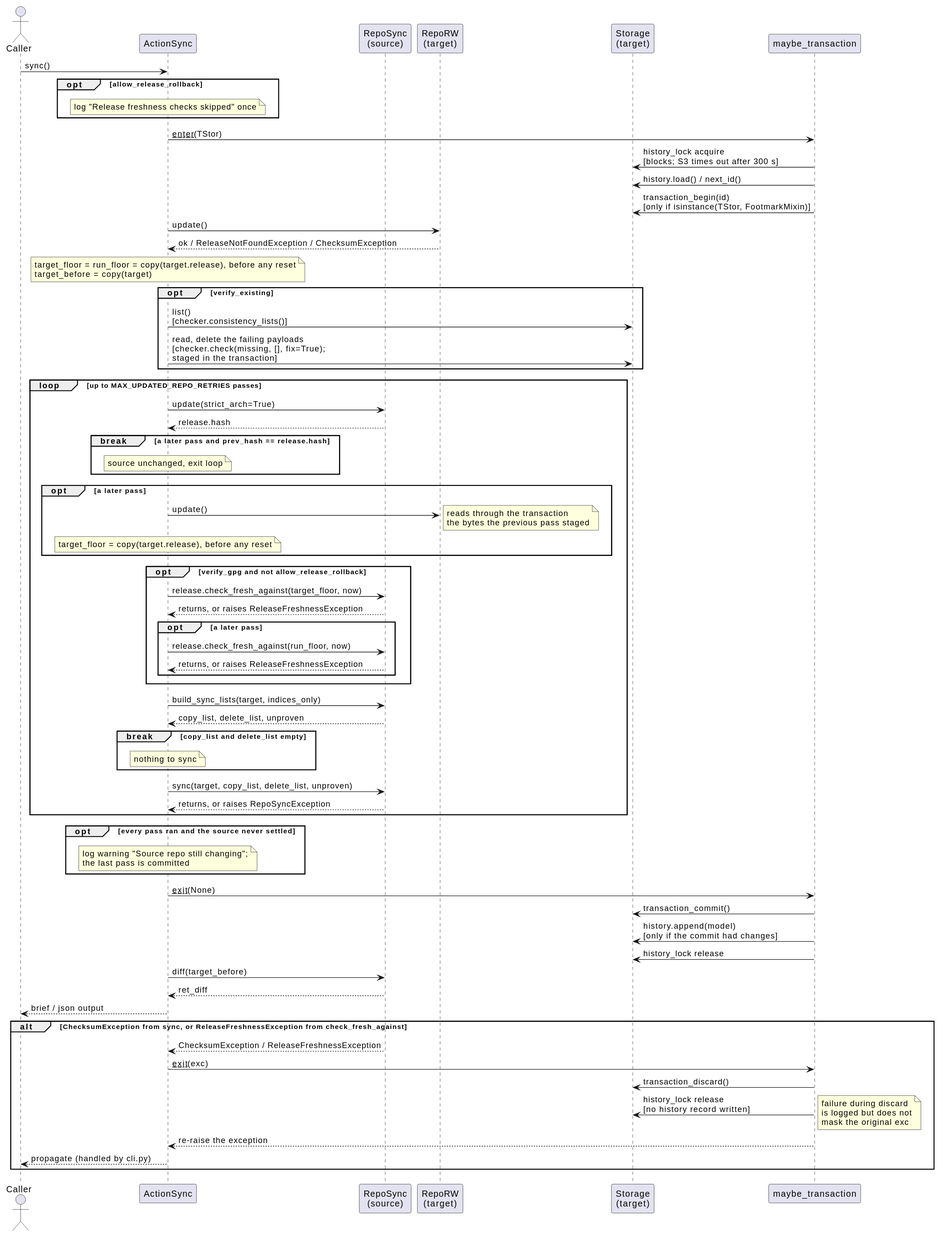
Earlier version of the PlantUML export docs/development/diagrams/action-sync-sequence.svg (vinklat/debkit). Its source is kept beside it as docs/development/diagrams/action-sync-sequence.puml.
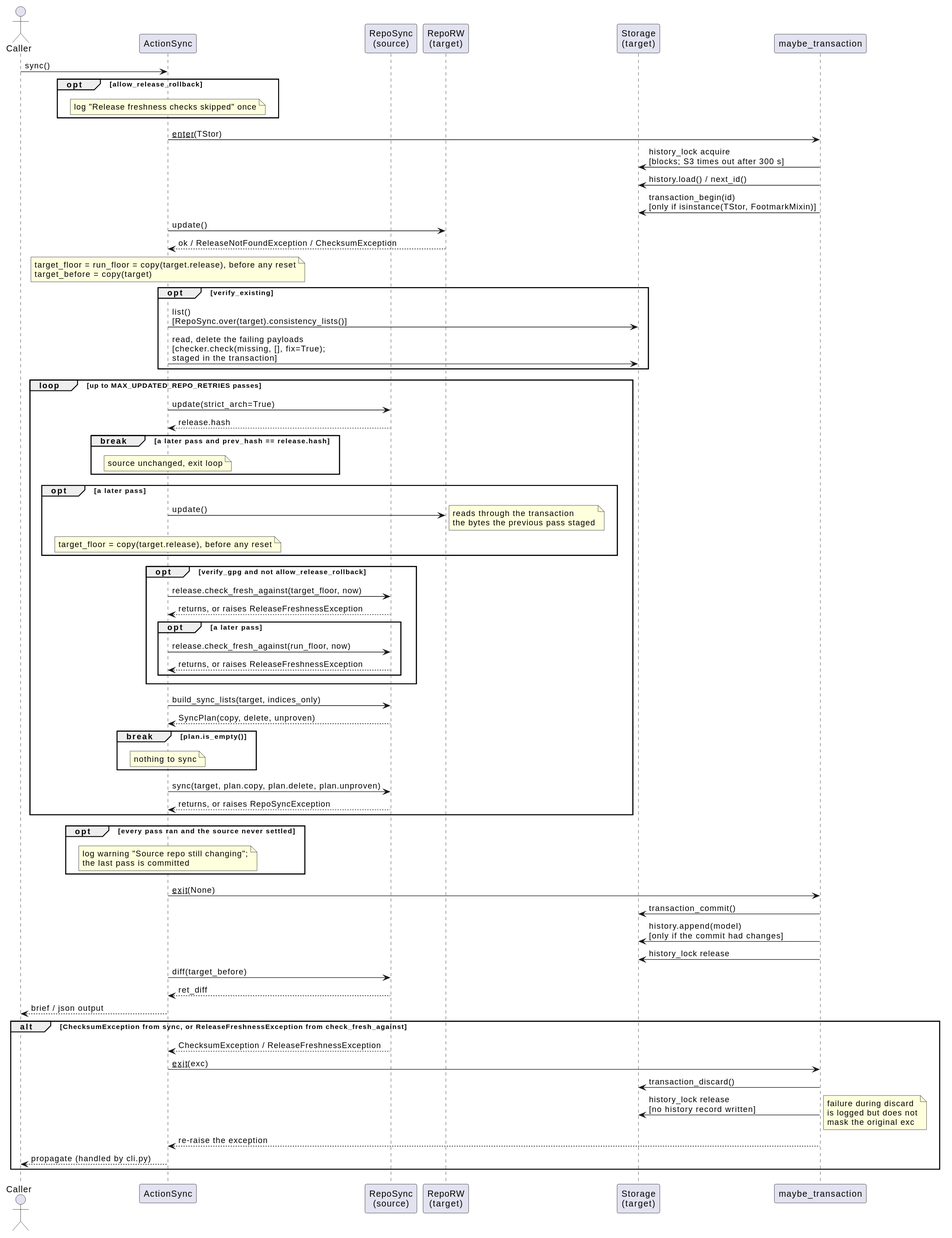
The same diagram one commit later.

The edit, as a diff of the source:
```diff
@@ -22,7 +22,7 @@
 note over ActionSync: target_floor = run_floor = copy(target.release), before any reset\ntarget_before = copy(target)
 
 opt verify_existing
-  ActionSync -> TStor: list()\n[checker.consistency_lists()]
+  ActionSync -> TStor: list()\n[RepoSync.over(target).consistency_lists()]
   ActionSync -> TStor: read, delete the failing payloads\n[checker.check(missing, [], fix=True);\nstaged in the transaction]
 end
 
@@ -49,12 +49,12 @@
   end
 
   ActionSync -> Src: build_sync_lists(target, indices_only)
-  Src --> ActionSync: copy_list, delete_list, unproven
-  break copy_list and delete_list empty
+  Src --> ActionSync: SyncPlan(copy, delete, unproven)
+  break plan.is_empty()
     note over ActionSync: nothing to sync
   end
 
-  ActionSync -> Src: sync(target, copy_list, delete_list, unproven)
+  ActionSync -> Src: sync(target, plan.copy, plan.delete, plan.unproven)
   Src --> ActionSync: returns, or raises RepoSyncException
 end
 
```
